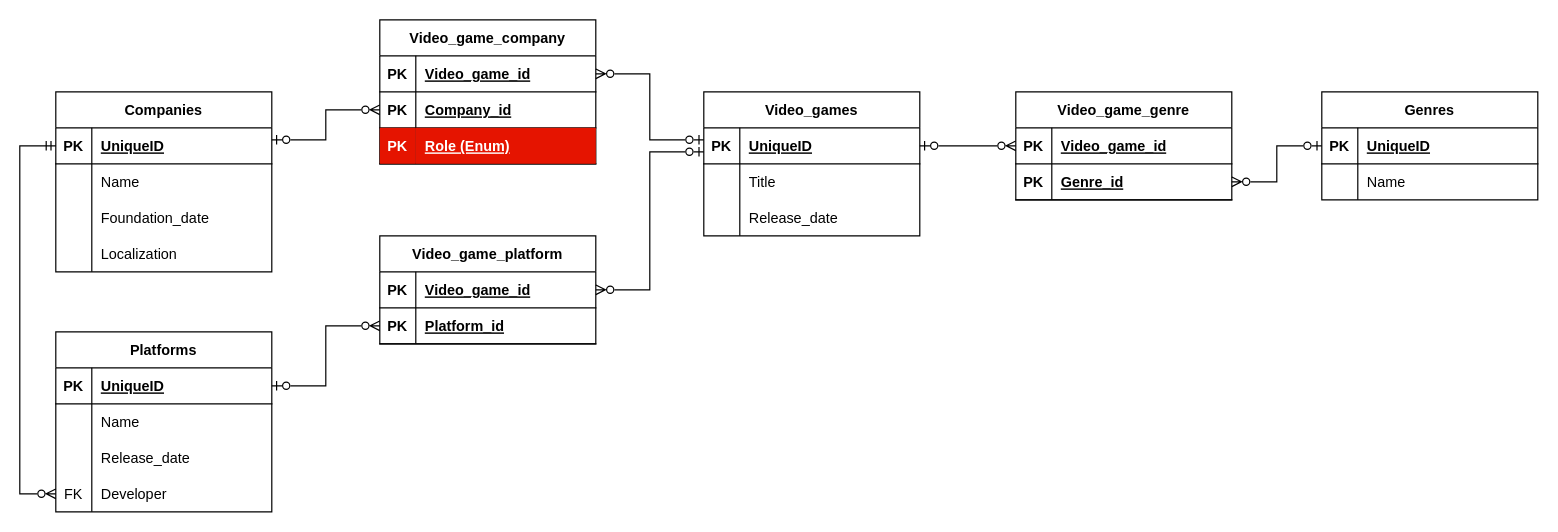
The draw.io diagram backend/model/src/main/resources/MyVideogameListDBSchema.drawio in Froxteer/MyVideogameList, before the edit. Source tidied: cells renumbered, new cells numbered last; positions are measured from the earlier drawing's top-left corner, leaving out a move shared by most shapes. Both pictures are drawn from the tidied source at 120%, with x=0, y=0 at pixel (19, 19).
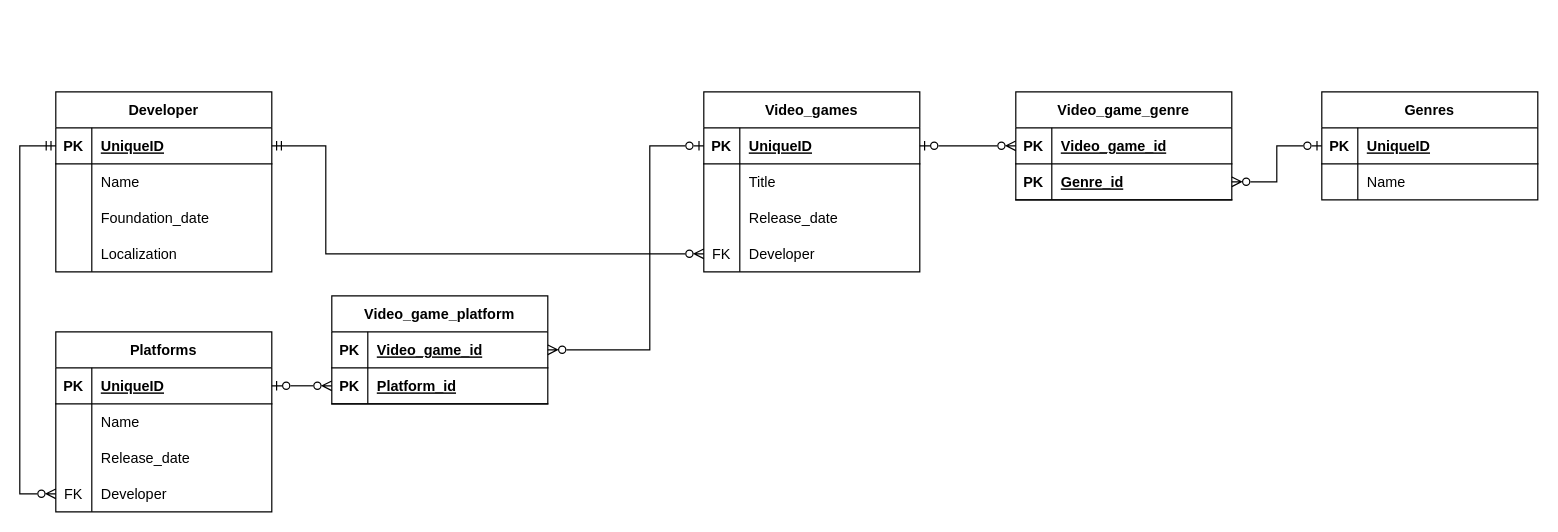
The same diagram, later.

The change refers to these unchanged cells:
```xml
<mxCell id="3" style="shape=tableRow;horizontal=0;startSize=0;swimlaneHead=0;swimlaneBody=0;fillColor=none;points=[[0,0.5],[1,0.5]];portConstraint=eastwest;top=0;left=0;right=0;bottom=1;" parent="2" vertex="1">
  <mxGeometry y="30" width="180" height="30" as="geometry" />
</mxCell>
<mxCell id="29" style="shape=tableRow;horizontal=0;startSize=0;swimlaneHead=0;swimlaneBody=0;fillColor=none;points=[[0,0.5],[1,0.5]];portConstraint=eastwest;top=0;left=0;right=0;bottom=1;" parent="28" vertex="1">
  <mxGeometry y="30" width="180" height="30" as="geometry" />
</mxCell>
<mxCell id="67" style="shape=tableRow;horizontal=0;startSize=0;swimlaneHead=0;swimlaneBody=0;fillColor=none;points=[[0,0.5],[1,0.5]];portConstraint=eastwest;top=0;left=0;right=0;bottom=1;" parent="66" vertex="1">
  <mxGeometry y="30" width="180" height="30" as="geometry" />
</mxCell>
```

Change to the diagram source:
```diff
@@
     <mxCell id="2" value="Video_games" style="shape=table;startSize=30;childLayout=tableLayout;rowLines=0;fontStyle=1;align=center;" parent="1" vertex="1">
-      <mxGeometry x="570" y="60" width="180" height="120" as="geometry" />
+      <mxGeometry x="570" y="60" width="180" height="150" as="geometry" />
     </mxCell>
@@
+    <mxCell id="50" style="shape=tableRow;horizontal=0;startSize=0;swimlaneHead=0;swimlaneBody=0;fillColor=none;points=[[0,0.5],[1,0.5]];portConstraint=eastwest;top=0;left=0;right=0;bottom=0;" parent="2" vertex="1">
+      <mxGeometry y="120" width="180" height="30" as="geometry" />
+    </mxCell>
+    <mxCell id="76" value="FK" style="shape=partialRectangle;fillColor=none;top=0;left=0;bottom=0;right=0;overflow=hidden;" parent="50" vertex="1">
+      <mxGeometry width="30" height="30" as="geometry" />
+    </mxCell>
+    <mxCell id="77" value="Developer" style="shape=partialRectangle;fillColor=none;top=0;left=0;bottom=0;right=0;align=left;spacingLeft=6;overflow=hidden;" parent="50" vertex="1">
+      <mxGeometry x="30" width="150" height="30" as="geometry" />
+    </mxCell>
@@
-    <mxCell id="28" value="Companies" style="shape=table;startSize=30;childLayout=tableLayout;rowLines=0;fontStyle=1;align=center;" parent="1" vertex="1">
+    <mxCell id="28" value="Developer" style="shape=table;startSize=30;childLayout=tableLayout;rowLines=0;fontStyle=1;align=center;" parent="1" vertex="1">
       <mxGeometry x="30" y="60" width="180" height="150" as="geometry" />
     </mxCell>
@@
-    <mxCell id="41" value="Video_game_company" style="shape=table;startSize=30;childLayout=tableLayout;rowLines=0;fontStyle=1;align=center;" parent="1" vertex="1">
-      <mxGeometry x="300" width="180" height="120" as="geometry" />
-    </mxCell>
-    <mxCell id="42" style="shape=tableRow;horizontal=0;startSize=0;swimlaneHead=0;swimlaneBody=0;fillColor=none;points=[[0,0.5],[1,0.5]];portConstraint=eastwest;top=0;left=0;right=0;bottom=1;" parent="41" vertex="1">
-      <mxGeometry y="30" width="180" height="30" as="geometry" />
-    </mxCell>
-    <mxCell id="43" value="PK" style="shape=partialRectangle;fillColor=none;top=0;left=0;bottom=0;right=0;fontStyle=1;overflow=hidden;" parent="42" vertex="1">
-      <mxGeometry width="30" height="30" as="geometry" />
-    </mxCell>
-    <mxCell id="44" value="Video_game_id" style="shape=partialRectangle;fillColor=none;top=0;left=0;bottom=0;right=0;align=left;spacingLeft=6;fontStyle=5;overflow=hidden;" parent="42" vertex="1">
-      <mxGeometry x="30" width="150" height="30" as="geometry" />
-    </mxCell>
-    <mxCell id="45" style="shape=tableRow;horizontal=0;startSize=0;swimlaneHead=0;swimlaneBody=0;fillColor=none;points=[[0,0.5],[1,0.5]];portConstraint=eastwest;top=0;left=0;right=0;bottom=1;" parent="41" vertex="1">
-      <mxGeometry y="60" width="180" height="30" as="geometry" />
-    </mxCell>
-    <mxCell id="46" value="PK" style="shape=partialRectangle;fillColor=none;top=0;left=0;bottom=0;right=0;fontStyle=1;overflow=hidden;" parent="45" vertex="1">
-      <mxGeometry width="30" height="30" as="geometry" />
-    </mxCell>
-    <mxCell id="47" value="Company_id" style="shape=partialRectangle;fillColor=none;top=0;left=0;bottom=0;right=0;align=left;spacingLeft=6;fontStyle=5;overflow=hidden;" parent="45" vertex="1">
-      <mxGeometry x="30" width="150" height="30" as="geometry" />
-    </mxCell>
-    <mxCell id="48" style="shape=tableRow;horizontal=0;startSize=0;swimlaneHead=0;swimlaneBody=0;fillColor=none;top=0;left=0;right=0;bottom=1;" parent="41" vertex="1">
-      <mxGeometry y="90" width="180" height="30" as="geometry" />
-    </mxCell>
-    <mxCell id="49" value="PK" style="shape=partialRectangle;fillColor=#e51400;top=0;left=0;bottom=0;right=0;fontStyle=1;overflow=hidden;fontColor=#ffffff;strokeColor=#B20000;" parent="48" vertex="1">
-      <mxGeometry width="30" height="30" as="geometry" />
-    </mxCell>
-    <mxCell id="50" value="Role (Enum)" style="shape=partialRectangle;fillColor=#e51400;top=0;left=0;bottom=0;right=0;align=left;spacingLeft=6;fontStyle=5;overflow=hidden;fontColor=#ffffff;strokeColor=#B20000;" parent="48" vertex="1">
-      <mxGeometry x="30" width="150" height="30" as="geometry" />
-    </mxCell>
-    <mxCell id="51" style="edgeStyle=orthogonalEdgeStyle;rounded=0;jettySize=auto;html=1;entryX=1;entryY=0.5;entryDx=0;entryDy=0;startArrow=ERzeroToOne;startFill=0;endArrow=ERzeroToMany;endFill=0;" parent="1" edge="1" source="3" target="42">
-      <mxGeometry relative="1" as="geometry">
-        <Array as="points">
-          <mxPoint x="525" y="100" />
-          <mxPoint x="525" y="45" />
-        </Array>
-      </mxGeometry>
-    </mxCell>
-    <mxCell id="52" style="edgeStyle=orthogonalEdgeStyle;rounded=0;jettySize=auto;html=1;entryX=0;entryY=0.5;entryDx=0;entryDy=0;startArrow=ERzeroToOne;startFill=0;endArrow=ERzeroToMany;endFill=0;" parent="1" edge="1" source="29" target="45">
+    <mxCell id="52" style="edgeStyle=orthogonalEdgeStyle;rounded=0;jettySize=auto;html=1;entryX=0;entryY=0.5;entryDx=0;entryDy=0;startArrow=ERmandOne;startFill=0;endArrow=ERzeroToMany;endFill=0;" parent="1" edge="1" source="29" target="50">
       <mxGeometry relative="1" as="geometry">
         <Array as="points">
-          <mxPoint x="255" y="100" />
-          <mxPoint x="255" y="75" />
+          <mxPoint x="255" y="105" />
+          <mxPoint x="255" y="195" />
         </Array>
       </mxGeometry>
     </mxCell>
@@
     <mxCell id="66" value="Video_game_platform" style="shape=table;startSize=30;childLayout=tableLayout;rowLines=0;fontStyle=1;align=center;" parent="1" vertex="1">
-      <mxGeometry x="300" y="180" width="180" height="90" as="geometry" />
+      <mxGeometry x="260" y="230" width="180" height="90" as="geometry" />
     </mxCell>
@@
     <mxCell id="74" style="edgeStyle=orthogonalEdgeStyle;rounded=0;jettySize=auto;html=1;entryX=1;entryY=0.5;entryDx=0;entryDy=0;startArrow=ERzeroToOne;startFill=0;endArrow=ERzeroToMany;endFill=0;" parent="1" edge="1" source="3" target="67">
       <mxGeometry relative="1" as="geometry">
         <Array as="points">
-          <mxPoint x="525" y="110" />
-          <mxPoint x="525" y="225" />
+          <mxPoint x="525" y="105" />
+          <mxPoint x="525" y="275" />
         </Array>
       </mxGeometry>
     </mxCell>
```
